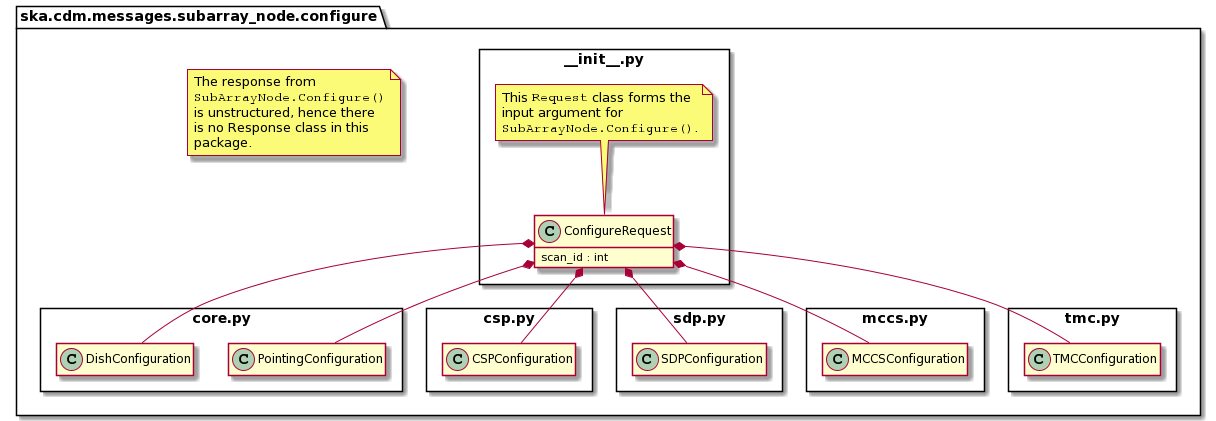
Before: docs/src/developer/subarraynode/init.png, a diagram exported from PlantUML (ska-telescope/cdm-shared-library).
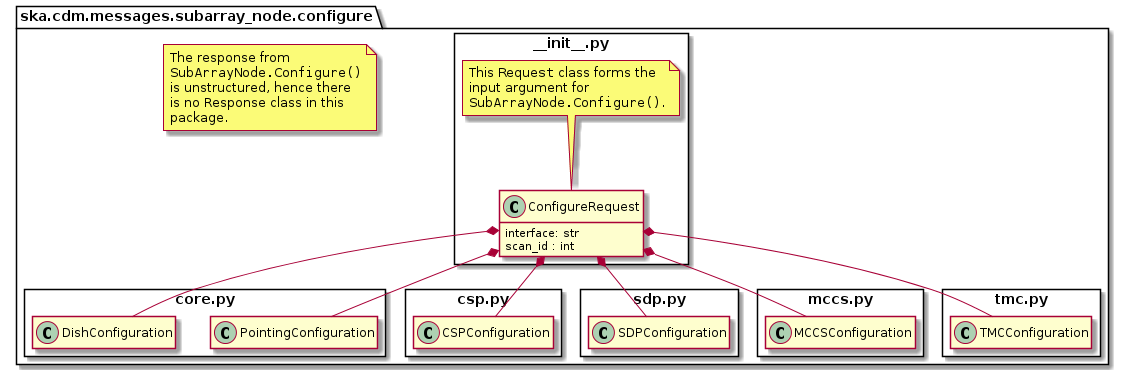
Later version of the same file.

Diff of the diagram source:
```diff
@@ -29,6 +29,7 @@
 
 	package ~__init__.py <<Rectangle>> {
 		class ConfigureRequest {
+      interface: str
 			scan_id : int
 		}
 		ConfigureRequest *-- PointingConfiguration
```
